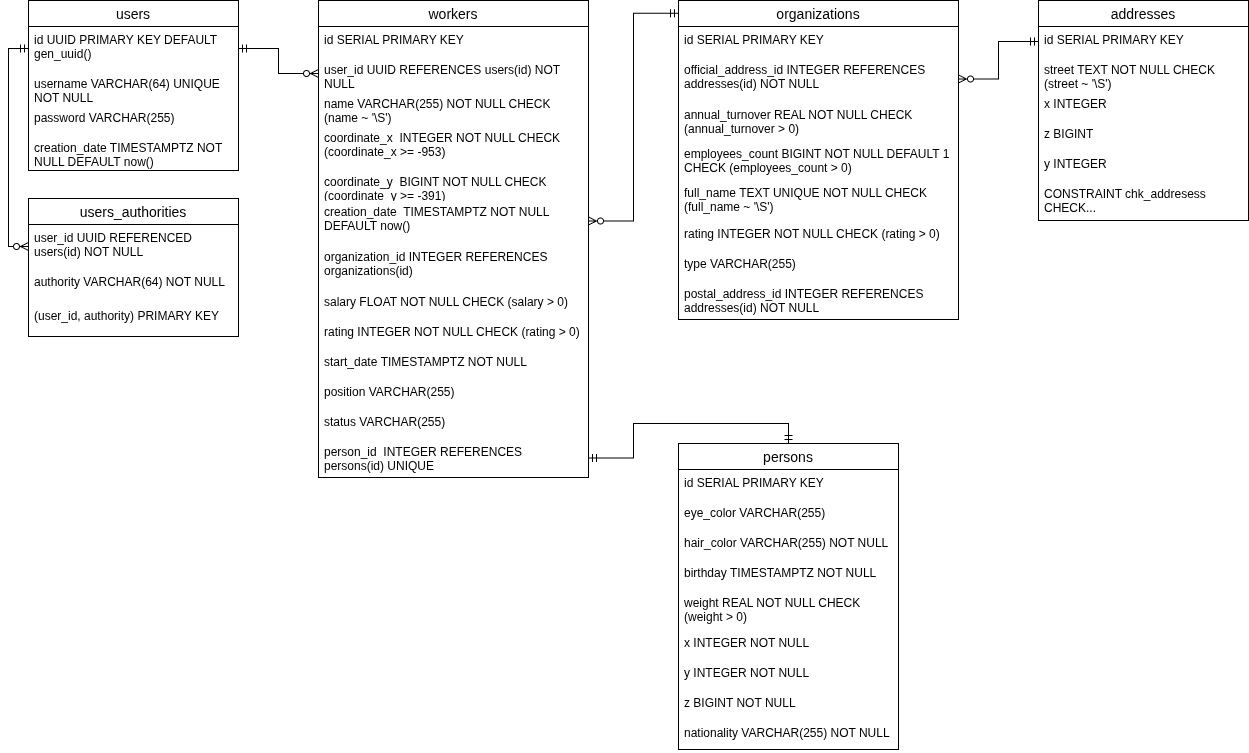
This is docs/diagram.drawio.png from vodobryshkin/is-lab1, a draw.io export, as it was before one commit. Source tidied: cells renumbered, new cells last; positions are measured from the earlier drawing's top-left corner, leaving out a move shared by most shapes.
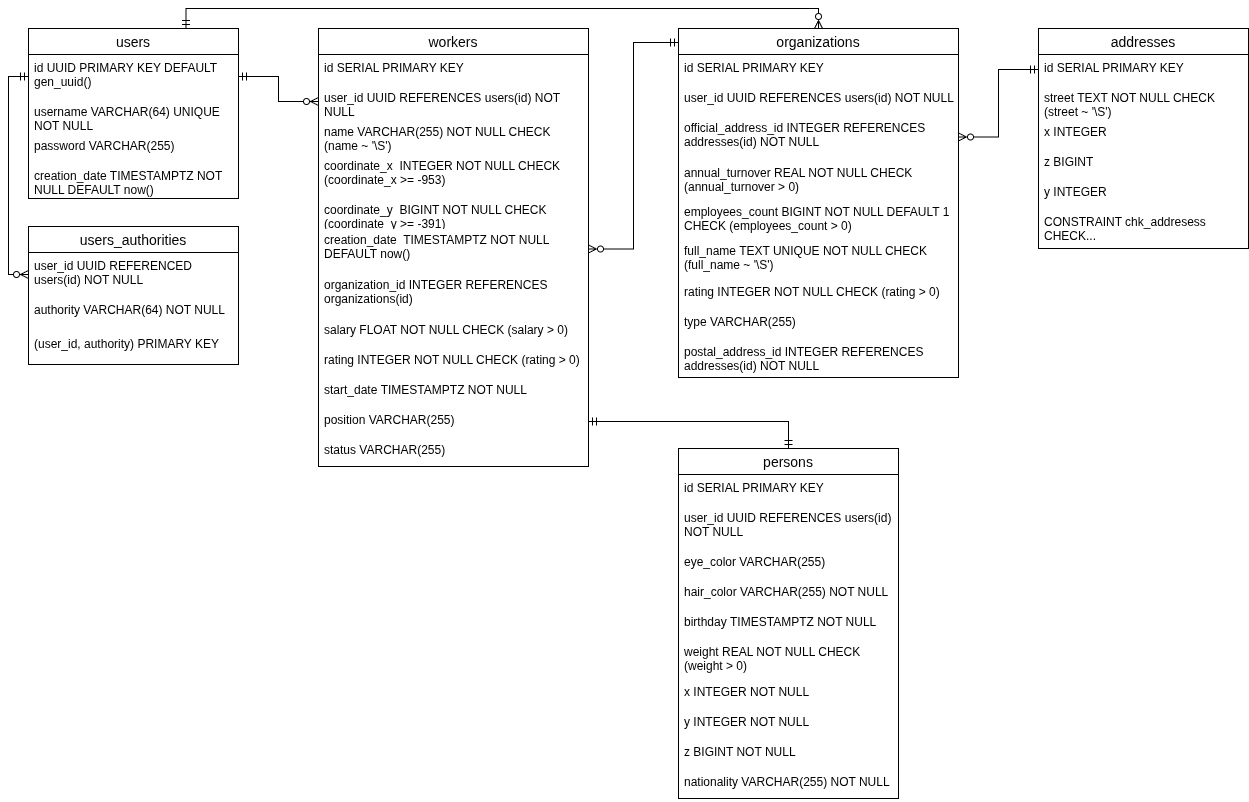
After the change.

Commit message:
Updated the data model and added @OneToOne to Person

Diff of the diagram source:
```diff
@@ -2,41 +2,44 @@
   <root>
     <mxCell id="0" />
     <mxCell id="1" parent="0" />
-    <mxCell id="2" style="edgeStyle=orthogonalEdgeStyle;rounded=0;jettySize=auto;html=1;exitX=0.5;exitY=0;exitDx=0;exitDy=0;entryX=1;entryY=0.5;entryDx=0;entryDy=0;startArrow=ERmandOne;startFill=0;endArrow=ERmandOne;endFill=0;" parent="1" edge="1" source="3" target="26">
+    <mxCell id="2" style="edgeStyle=orthogonalEdgeStyle;rounded=0;jettySize=auto;html=1;exitX=0.5;exitY=0;exitDx=0;exitDy=0;entryX=1;entryY=0.5;entryDx=0;entryDy=0;startArrow=ERmandOne;startFill=0;endArrow=ERmandOne;endFill=0;" parent="1" edge="1" source="3" target="24">
       <mxGeometry relative="1" as="geometry" />
     </mxCell>
     <mxCell id="3" value="persons" style="swimlane;fontStyle=0;horizontal=1;startSize=26;align=center;fontSize=14;" parent="1" vertex="1">
-      <mxGeometry x="650" y="443" width="220" height="306" as="geometry" />
+      <mxGeometry x="650" y="420" width="220" height="350" as="geometry" />
     </mxCell>
     <mxCell id="4" value="id SERIAL PRIMARY KEY" style="text;strokeColor=none;fillColor=none;spacingLeft=4;spacingRight=4;overflow=hidden;fontSize=12;whiteSpace=wrap;html=1;" parent="3" vertex="1">
       <mxGeometry y="26" width="220" height="30" as="geometry" />
     </mxCell>
+    <mxCell id="56" value="user_id UUID REFERENCES users(id) NOT NULL" style="text;strokeColor=none;fillColor=none;spacingLeft=4;spacingRight=4;overflow=hidden;fontSize=12;whiteSpace=wrap;html=1;" parent="3" vertex="1">
+      <mxGeometry y="56" width="220" height="44" as="geometry" />
+    </mxCell>
     <mxCell id="5" value="eye_color VARCHAR(255)" style="text;strokeColor=none;fillColor=none;spacingLeft=4;spacingRight=4;overflow=hidden;fontSize=12;whiteSpace=wrap;html=1;" parent="3" vertex="1">
-      <mxGeometry y="56" width="220" height="30" as="geometry" />
+      <mxGeometry y="100" width="220" height="30" as="geometry" />
     </mxCell>
     <mxCell id="6" value="hair_color VARCHAR(255) NOT NULL" style="text;strokeColor=none;fillColor=none;spacingLeft=4;spacingRight=4;overflow=hidden;fontSize=12;whiteSpace=wrap;html=1;" parent="3" vertex="1">
-      <mxGeometry y="86" width="220" height="30" as="geometry" />
+      <mxGeometry y="130" width="220" height="30" as="geometry" />
     </mxCell>
     <mxCell id="7" value="birthday&amp;nbsp;TIMESTAMPTZ NOT NULL" style="text;strokeColor=none;fillColor=none;spacingLeft=4;spacingRight=4;overflow=hidden;fontSize=12;whiteSpace=wrap;html=1;" parent="3" vertex="1">
-      <mxGeometry y="116" width="220" height="30" as="geometry" />
+      <mxGeometry y="160" width="220" height="30" as="geometry" />
     </mxCell>
     <mxCell id="8" value="weight REAL NOT NULL CHECK (weight &amp;gt; 0)" style="text;strokeColor=none;fillColor=none;spacingLeft=4;spacingRight=4;overflow=hidden;fontSize=12;whiteSpace=wrap;html=1;" parent="3" vertex="1">
-      <mxGeometry y="146" width="220" height="40" as="geometry" />
+      <mxGeometry y="190" width="220" height="40" as="geometry" />
     </mxCell>
     <mxCell id="9" value="x INTEGER NOT NULL" style="text;strokeColor=none;fillColor=none;spacingLeft=4;spacingRight=4;overflow=hidden;fontSize=12;whiteSpace=wrap;html=1;" parent="3" vertex="1">
-      <mxGeometry y="186" width="220" height="30" as="geometry" />
+      <mxGeometry y="230" width="220" height="30" as="geometry" />
     </mxCell>
     <mxCell id="10" value="y INTEGER NOT NULL" style="text;strokeColor=none;fillColor=none;spacingLeft=4;spacingRight=4;overflow=hidden;fontSize=12;whiteSpace=wrap;html=1;" parent="3" vertex="1">
-      <mxGeometry y="216" width="220" height="30" as="geometry" />
+      <mxGeometry y="260" width="220" height="30" as="geometry" />
     </mxCell>
     <mxCell id="11" value="z BIGINT NOT NULL" style="text;strokeColor=none;fillColor=none;spacingLeft=4;spacingRight=4;overflow=hidden;fontSize=12;whiteSpace=wrap;html=1;" parent="3" vertex="1">
-      <mxGeometry y="246" width="220" height="30" as="geometry" />
+      <mxGeometry y="290" width="220" height="30" as="geometry" />
     </mxCell>
     <mxCell id="12" value="nationality VARCHAR(255) NOT NULL" style="text;strokeColor=none;fillColor=none;spacingLeft=4;spacingRight=4;overflow=hidden;fontSize=12;whiteSpace=wrap;html=1;" parent="3" vertex="1">
-      <mxGeometry y="276" width="220" height="30" as="geometry" />
+      <mxGeometry y="320" width="220" height="30" as="geometry" />
     </mxCell>
     <mxCell id="13" value="workers" style="swimlane;fontStyle=0;horizontal=1;startSize=26;align=center;fontSize=14;" parent="1" vertex="1">
-      <mxGeometry x="290" width="270" height="477" as="geometry" />
+      <mxGeometry x="290" width="270" height="438" as="geometry" />
     </mxCell>
     <mxCell id="14" value="id SERIAL PRIMARY KEY" style="text;strokeColor=none;fillColor=none;spacingLeft=4;spacingRight=4;overflow=hidden;fontSize=12;whiteSpace=wrap;html=1;" parent="13" vertex="1">
       <mxGeometry y="26" width="270" height="30" as="geometry" />
@@ -74,35 +77,35 @@
     <mxCell id="25" value="status VARCHAR(255)" style="text;strokeColor=none;fillColor=none;spacingLeft=4;spacingRight=4;overflow=hidden;fontSize=12;whiteSpace=wrap;html=1;" parent="13" vertex="1">
       <mxGeometry y="408" width="270" height="30" as="geometry" />
     </mxCell>
-    <mxCell id="26" value="person_id&amp;nbsp; INTEGER REFERENCES persons(id) UNIQUE" style="text;strokeColor=none;fillColor=none;spacingLeft=4;spacingRight=4;overflow=hidden;points=[[0,0.5],[1,0.5]];portConstraint=eastwest;fontSize=12;whiteSpace=wrap;html=1;" parent="13" vertex="1">
-      <mxGeometry y="438" width="270" height="39" as="geometry" />
-    </mxCell>
     <mxCell id="27" value="organizations" style="swimlane;fontStyle=0;horizontal=1;startSize=26;align=center;fontSize=14;" parent="1" vertex="1">
-      <mxGeometry x="650" width="280" height="319" as="geometry" />
+      <mxGeometry x="650" width="280" height="349" as="geometry" />
     </mxCell>
     <mxCell id="28" value="id SERIAL PRIMARY KEY" style="text;strokeColor=none;fillColor=none;spacingLeft=4;spacingRight=4;overflow=hidden;fontSize=12;whiteSpace=wrap;html=1;" parent="27" vertex="1">
       <mxGeometry y="26" width="280" height="30" as="geometry" />
     </mxCell>
+    <mxCell id="57" value="user_id UUID REFERENCES users(id) NOT NULL" style="text;strokeColor=none;fillColor=none;spacingLeft=4;spacingRight=4;overflow=hidden;fontSize=12;whiteSpace=wrap;html=1;" parent="27" vertex="1">
+      <mxGeometry y="56" width="280" height="30" as="geometry" />
+    </mxCell>
     <mxCell id="29" value="official_address_id INTEGER REFERENCES addresses(id) NOT NULL" style="text;strokeColor=none;fillColor=none;spacingLeft=4;spacingRight=4;overflow=hidden;points=[[0,0.5],[1,0.5]];portConstraint=eastwest;fontSize=12;whiteSpace=wrap;html=1;" parent="27" vertex="1">
-      <mxGeometry y="56" width="280" height="45" as="geometry" />
+      <mxGeometry y="86" width="280" height="45" as="geometry" />
     </mxCell>
     <mxCell id="30" value="annual_turnover REAL NOT NULL CHECK (annual_turnover &amp;gt; 0)" style="text;strokeColor=none;fillColor=none;spacingLeft=4;spacingRight=4;overflow=hidden;fontSize=12;whiteSpace=wrap;html=1;" parent="27" vertex="1">
-      <mxGeometry y="101" width="280" height="39" as="geometry" />
+      <mxGeometry y="131" width="280" height="39" as="geometry" />
     </mxCell>
     <mxCell id="31" value="employees_count BIGINT NOT NULL DEFAULT 1 CHECK (employees_count &amp;gt; 0)" style="text;strokeColor=none;fillColor=none;spacingLeft=4;spacingRight=4;overflow=hidden;fontSize=12;whiteSpace=wrap;html=1;" parent="27" vertex="1">
-      <mxGeometry y="140" width="280" height="39" as="geometry" />
+      <mxGeometry y="170" width="280" height="39" as="geometry" />
     </mxCell>
     <mxCell id="32" value="full_name TEXT UNIQUE NOT NULL CHECK (full_name ~ '\S')" style="text;strokeColor=none;fillColor=none;spacingLeft=4;spacingRight=4;overflow=hidden;fontSize=12;whiteSpace=wrap;html=1;" parent="27" vertex="1">
-      <mxGeometry y="179" width="280" height="41" as="geometry" />
+      <mxGeometry y="209" width="280" height="41" as="geometry" />
     </mxCell>
     <mxCell id="33" value="rating INTEGER NOT NULL CHECK (rating &amp;gt; 0)" style="text;strokeColor=none;fillColor=none;spacingLeft=4;spacingRight=4;overflow=hidden;fontSize=12;whiteSpace=wrap;html=1;" parent="27" vertex="1">
-      <mxGeometry y="220" width="280" height="30" as="geometry" />
+      <mxGeometry y="250" width="280" height="30" as="geometry" />
     </mxCell>
     <mxCell id="34" value="type VARCHAR(255)" style="text;strokeColor=none;fillColor=none;spacingLeft=4;spacingRight=4;overflow=hidden;fontSize=12;whiteSpace=wrap;html=1;" parent="27" vertex="1">
-      <mxGeometry y="250" width="280" height="30" as="geometry" />
+      <mxGeometry y="280" width="280" height="30" as="geometry" />
     </mxCell>
     <mxCell id="35" value="postal_address_id INTEGER REFERENCES addresses(id) NOT NULL" style="text;strokeColor=none;fillColor=none;spacingLeft=4;spacingRight=4;overflow=hidden;fontSize=12;whiteSpace=wrap;html=1;" parent="27" vertex="1">
-      <mxGeometry y="280" width="280" height="39" as="geometry" />
+      <mxGeometry y="310" width="280" height="39" as="geometry" />
     </mxCell>
     <mxCell id="36" value="addresses" style="swimlane;fontStyle=0;horizontal=1;startSize=26;align=center;fontSize=14;" parent="1" vertex="1">
       <mxGeometry x="1010" width="210" height="220" as="geometry" />
@@ -131,6 +134,9 @@
     <mxCell id="44" style="edgeStyle=orthogonalEdgeStyle;rounded=0;jettySize=auto;html=1;exitX=1;exitY=0.5;exitDx=0;exitDy=0;entryX=0;entryY=0.5;entryDx=0;entryDy=0;endArrow=ERmandOne;endFill=0;startArrow=ERzeroToMany;startFill=0;" parent="1" edge="1" source="29" target="37">
       <mxGeometry relative="1" as="geometry" />
     </mxCell>
+    <mxCell id="58" style="edgeStyle=orthogonalEdgeStyle;rounded=0;jettySize=auto;html=1;exitX=0.75;exitY=0;exitDx=0;exitDy=0;entryX=0.5;entryY=0;entryDx=0;entryDy=0;endArrow=ERzeroToMany;endFill=0;startArrow=ERmandOne;startFill=0;" parent="1" edge="1" source="45" target="27">
+      <mxGeometry relative="1" as="geometry" />
+    </mxCell>
     <mxCell id="45" value="users" style="swimlane;fontStyle=0;horizontal=1;startSize=26;align=center;fontSize=14;" parent="1" vertex="1">
       <mxGeometry width="210" height="170" as="geometry" />
     </mxCell>
```
